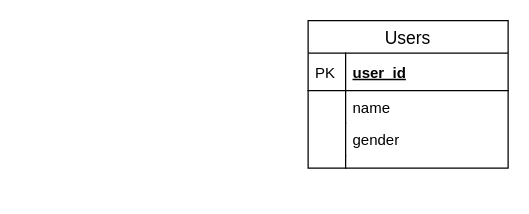
Earlier version of the draw.io diagram DataModelingStudy.drawio (JojiKoike/Learning_DataModeling). Source tidied: cells renumbered, new cells numbered last; positions are measured from the earlier drawing's top-left corner, leaving out a move shared by most shapes. Both pictures are drawn from the tidied source at 125%, with x=0, y=0 at pixel (308, 20).
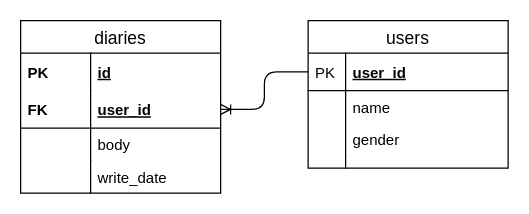
After the change.

Unchanged cells that the change refers to:
```xml
<mxCell id="3" value="user_id" style="shape=partialRectangle;top=0;left=0;right=0;bottom=1;align=left;verticalAlign=middle;fillColor=none;spacingLeft=34;spacingRight=4;overflow=hidden;points=[[0,0.5],[1,0.5]];portConstraint=eastwest;fontStyle=5;fontSize=12;" parent="2" vertex="1">
  <mxGeometry y="26" width="160" height="30" as="geometry" />
</mxCell>
```

What changed in the source:
```diff
@@
-    <mxCell id="2" value="Users" style="swimlane;fontStyle=0;horizontal=1;startSize=26;align=center;fontSize=14;" parent="1" vertex="1">
+    <mxCell id="2" value="users" style="swimlane;fontStyle=0;horizontal=1;startSize=26;align=center;fontSize=14;" parent="1" vertex="1">
       <mxGeometry width="160" height="118" as="geometry" />
     </mxCell>
@@
+    <mxCell id="11" value="diaries" style="swimlane;fontStyle=0;horizontal=1;startSize=26;align=center;fontSize=14;labelBackgroundColor=none;labelBorderColor=none;" parent="1" vertex="1">
+      <mxGeometry x="-230" width="160" height="138" as="geometry" />
+    </mxCell>
+    <mxCell id="12" value="id" style="shape=partialRectangle;top=0;left=0;right=0;bottom=0;align=left;verticalAlign=middle;fillColor=none;spacingLeft=60;spacingRight=4;overflow=hidden;fontStyle=5;fontSize=12;" parent="11" vertex="1">
+      <mxGeometry y="26" width="160" height="30" as="geometry" />
+    </mxCell>
+    <mxCell id="13" value="PK" style="shape=partialRectangle;fontStyle=1;top=0;left=0;bottom=0;fillColor=none;align=left;verticalAlign=middle;spacingLeft=4;spacingRight=4;overflow=hidden;fontSize=12;" parent="12" vertex="1">
+      <mxGeometry width="56" height="30" as="geometry" />
+    </mxCell>
+    <mxCell id="14" value="user_id" style="shape=partialRectangle;top=0;left=0;right=0;bottom=1;align=left;verticalAlign=middle;fillColor=none;spacingLeft=60;spacingRight=4;overflow=hidden;points=[[0,0.5],[1,0.5]];portConstraint=eastwest;fontStyle=5;fontSize=12;" parent="11" vertex="1">
+      <mxGeometry y="56" width="160" height="30" as="geometry" />
+    </mxCell>
+    <mxCell id="15" value="FK" style="shape=partialRectangle;fontStyle=1;top=0;left=0;bottom=0;fillColor=none;align=left;verticalAlign=middle;spacingLeft=4;spacingRight=4;overflow=hidden;fontSize=12;" parent="14" vertex="1">
+      <mxGeometry width="56" height="30" as="geometry" />
+    </mxCell>
+    <mxCell id="16" value="body" style="shape=partialRectangle;top=0;left=0;right=0;bottom=0;align=left;verticalAlign=top;fillColor=none;spacingLeft=60;spacingRight=4;overflow=hidden;fontSize=12;" parent="11" vertex="1">
+      <mxGeometry y="86" width="160" height="26" as="geometry" />
+    </mxCell>
+    <mxCell id="17" style="shape=partialRectangle;top=0;left=0;bottom=0;fillColor=none;align=left;verticalAlign=top;spacingLeft=4;spacingRight=4;overflow=hidden;fontSize=12;" parent="16" vertex="1">
+      <mxGeometry width="56" height="26" as="geometry" />
+    </mxCell>
+    <mxCell id="18" value="write_date" style="shape=partialRectangle;top=0;left=0;right=0;bottom=0;align=left;verticalAlign=top;fillColor=none;spacingLeft=60;spacingRight=4;overflow=hidden;fontSize=12;labelBackgroundColor=none;" parent="11" vertex="1">
+      <mxGeometry y="112" width="160" height="26" as="geometry" />
+    </mxCell>
+    <mxCell id="19" style="shape=partialRectangle;fontStyle=1;top=0;left=0;bottom=0;fillColor=none;align=left;verticalAlign=top;spacingLeft=4;spacingRight=4;overflow=hidden;fontSize=12;" parent="18" vertex="1">
+      <mxGeometry width="56" height="26" as="geometry" />
+    </mxCell>
+    <mxCell id="20" style="edgeStyle=orthogonalEdgeStyle;fontSize=12;html=1;endArrow=ERoneToMany;exitX=0;exitY=0.5;exitDx=0;exitDy=0;" parent="1" edge="1" source="3" target="14">
+      <mxGeometry relative="1" as="geometry" />
+    </mxCell>
```
